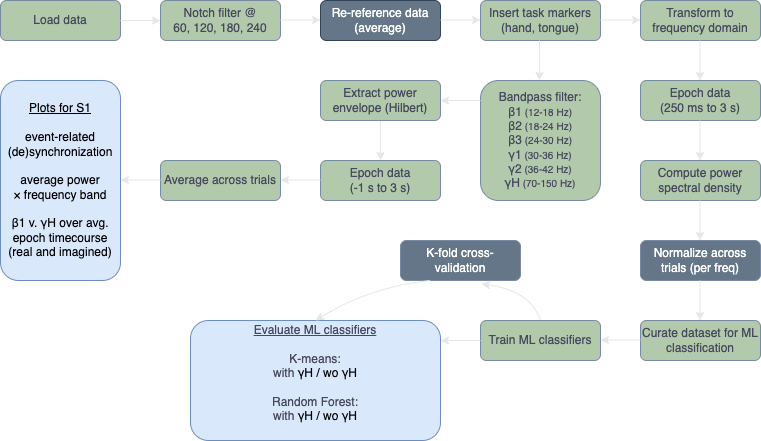
Above: presentation/analysis_steps.png in jessb0t/motorImagery (draw.io), before the change. Source tidied: cells renumbered, new cells last; positions are measured from the earlier drawing's top-left corner, leaving out a move shared by most shapes. The source it was exported from:
```xml
<mxGraphModel>
  <root>
    <mxCell id="0" />
    <mxCell id="1" parent="0" />
    <mxCell id="2" value="Load data" style="rounded=1;whiteSpace=wrap;html=1;fontSize=12;glass=0;strokeWidth=1;shadow=0;fillColor=#B2C9AB;strokeColor=#788AA3;fontColor=#46495D;" parent="1" vertex="1">
      <mxGeometry width="120" height="40" as="geometry" />
    </mxCell>
    <mxCell id="3" value="Notch filter @&lt;br&gt;60, 120, 180, 240" style="rounded=1;whiteSpace=wrap;html=1;fontSize=12;glass=0;strokeWidth=1;shadow=0;fillColor=#B2C9AB;strokeColor=#788AA3;fontColor=#46495D;" parent="1" vertex="1">
      <mxGeometry x="160" width="120" height="40" as="geometry" />
    </mxCell>
    <mxCell id="4" value="Re-reference data (average)" style="rounded=1;whiteSpace=wrap;html=1;fontSize=12;glass=0;strokeWidth=1;shadow=0;fillColor=#647687;strokeColor=#314354;fontColor=#ffffff;" parent="1" vertex="1">
      <mxGeometry x="320" width="120" height="40" as="geometry" />
    </mxCell>
    <mxCell id="5" value="Insert task markers&lt;br&gt;(hand, tongue)" style="rounded=1;whiteSpace=wrap;html=1;fontSize=12;glass=0;strokeWidth=1;shadow=0;fillColor=#B2C9AB;strokeColor=#788AA3;fontColor=#46495D;" parent="1" vertex="1">
      <mxGeometry x="480" width="120" height="40" as="geometry" />
    </mxCell>
    <mxCell id="6" value="Bandpass filter:&lt;br&gt;β1&lt;font style=&quot;font-size: 10px&quot;&gt; (12-18 Hz)&lt;/font&gt;&lt;br&gt;β2&lt;font style=&quot;font-size: 10px&quot;&gt; (18-24 Hz)&lt;/font&gt;&lt;br&gt;β3&lt;font style=&quot;font-size: 10px&quot;&gt; (24-30 Hz)&lt;/font&gt;&lt;br&gt;γ1&lt;font style=&quot;font-size: 10px&quot;&gt; (30-36 Hz)&lt;/font&gt;&lt;br&gt;γ2&lt;font style=&quot;font-size: 10px&quot;&gt; (36-42 Hz)&lt;/font&gt;&lt;br&gt;γH&lt;font style=&quot;font-size: 10px&quot;&gt; (70-150 Hz)&lt;/font&gt;" style="rounded=1;whiteSpace=wrap;html=1;fontSize=12;glass=0;strokeWidth=1;shadow=0;fillColor=#B2C9AB;strokeColor=#788AA3;fontColor=#46495D;" parent="1" vertex="1">
      <mxGeometry x="480" y="80" width="120" height="120" as="geometry" />
    </mxCell>
    <mxCell id="7" style="edgeStyle=orthogonalEdgeStyle;curved=0;rounded=1;sketch=0;jettySize=auto;html=1;fontColor=#46495D;strokeColor=#E6E6E6;fillColor=#B2C9AB;" parent="1" edge="1" source="8" target="9">
      <mxGeometry relative="1" as="geometry" />
    </mxCell>
    <mxCell id="8" value="Extract power envelope (Hilbert)" style="rounded=1;whiteSpace=wrap;html=1;fontSize=12;glass=0;strokeWidth=1;shadow=0;fillColor=#B2C9AB;strokeColor=#788AA3;fontColor=#46495D;" parent="1" vertex="1">
      <mxGeometry x="320" y="80" width="120" height="40" as="geometry" />
    </mxCell>
    <mxCell id="9" value="Epoch data&lt;br&gt;(-1 s to 3 s)" style="rounded=1;whiteSpace=wrap;html=1;fontSize=12;glass=0;strokeWidth=1;shadow=0;fillColor=#B2C9AB;strokeColor=#788AA3;fontColor=#46495D;" parent="1" vertex="1">
      <mxGeometry x="320" y="160" width="120" height="40" as="geometry" />
    </mxCell>
    <mxCell id="10" value="Average across trials" style="rounded=1;whiteSpace=wrap;html=1;fontSize=12;glass=0;strokeWidth=1;shadow=0;fillColor=#B2C9AB;strokeColor=#788AA3;fontColor=#46495D;" parent="1" vertex="1">
      <mxGeometry x="160" y="160" width="120" height="40" as="geometry" />
    </mxCell>
    <mxCell id="11" value="&lt;u&gt;Plots for S1&lt;/u&gt;&lt;br&gt;&lt;br&gt;event-related (de)synchronization&lt;br&gt;&lt;span style=&quot;text-align: left&quot;&gt;&lt;br&gt;average power ×&amp;nbsp;frequency band&lt;/span&gt;&lt;br&gt;&lt;span style=&quot;text-align: left&quot;&gt;&lt;br&gt;β1 v.&amp;nbsp;γH over avg. epoch timecourse (real and imagined)&lt;/span&gt;&lt;span style=&quot;text-align: left&quot;&gt;&lt;br&gt;&lt;/span&gt;" style="rounded=1;whiteSpace=wrap;html=1;fontSize=12;glass=0;strokeWidth=1;shadow=0;fillColor=#dae8fc;strokeColor=#6c8ebf;" parent="1" vertex="1">
      <mxGeometry y="80" width="120" height="200" as="geometry" />
    </mxCell>
    <mxCell id="12" value="&lt;span&gt;Epoch data&lt;/span&gt;&lt;br&gt;&lt;span&gt;(250 ms to 3 s)&lt;/span&gt;" style="rounded=1;whiteSpace=wrap;html=1;fontSize=12;glass=0;strokeWidth=1;shadow=0;fillColor=#B2C9AB;strokeColor=#788AA3;fontColor=#46495D;" parent="1" vertex="1">
      <mxGeometry x="640" y="80" width="120" height="40" as="geometry" />
    </mxCell>
    <mxCell id="13" value="Transform to frequency domain" style="rounded=1;whiteSpace=wrap;html=1;fontSize=12;glass=0;strokeWidth=1;shadow=0;fillColor=#B2C9AB;strokeColor=#788AA3;fontColor=#46495D;" parent="1" vertex="1">
      <mxGeometry x="640" width="120" height="40" as="geometry" />
    </mxCell>
    <mxCell id="14" value="&lt;span style=&quot;color: rgb(70 , 73 , 93)&quot;&gt;&lt;u&gt;Evaluate ML classifiers&lt;/u&gt;&lt;br&gt;&lt;br&gt;K-means:&lt;br&gt;with&amp;nbsp;&lt;/span&gt;&lt;span style=&quot;text-align: left&quot;&gt;γH / wo&amp;nbsp;&lt;/span&gt;&lt;span style=&quot;text-align: left&quot;&gt;γH&lt;br&gt;&lt;/span&gt;&lt;span style=&quot;color: rgb(70 , 73 , 93)&quot;&gt;&lt;br&gt;&lt;/span&gt;&lt;span style=&quot;color: rgb(70 , 73 , 93)&quot;&gt;Random Forest:&lt;br&gt;with&amp;nbsp;&lt;/span&gt;&lt;span style=&quot;text-align: left&quot;&gt;γH / wo&amp;nbsp;&lt;/span&gt;&lt;span style=&quot;text-align: left&quot;&gt;γH&lt;/span&gt;&lt;span style=&quot;color: rgb(70 , 73 , 93)&quot;&gt;&lt;br&gt;&amp;nbsp;&lt;br&gt;&lt;/span&gt;" style="rounded=1;whiteSpace=wrap;html=1;fontSize=12;glass=0;strokeWidth=1;shadow=0;fillColor=#dae8fc;strokeColor=#6c8ebf;" parent="1" vertex="1">
      <mxGeometry x="190" y="320" width="250" height="120" as="geometry" />
    </mxCell>
    <mxCell id="15" style="endArrow=classic;html=1;fontColor=#46495D;strokeColor=#E6E6E6;fillColor=#B2C9AB;exitX=1;exitY=0.5;exitDx=0;exitDy=0;entryX=0;entryY=0.5;entryDx=0;entryDy=0;" parent="1" edge="1" source="2" target="3">
      <mxGeometry relative="1" as="geometry" />
    </mxCell>
    <mxCell id="16" style="endArrow=classic;html=1;fontColor=#46495D;strokeColor=#E6E6E6;fillColor=#B2C9AB;exitX=1;exitY=0.5;exitDx=0;exitDy=0;entryX=0;entryY=0.5;entryDx=0;entryDy=0;" parent="1" edge="1">
      <mxGeometry relative="1" as="geometry">
        <mxPoint x="280" y="19.5" as="sourcePoint" />
        <mxPoint x="320" y="19.5" as="targetPoint" />
      </mxGeometry>
    </mxCell>
    <mxCell id="17" style="endArrow=classic;html=1;fontColor=#46495D;strokeColor=#E6E6E6;fillColor=#B2C9AB;exitX=1;exitY=0.5;exitDx=0;exitDy=0;entryX=0;entryY=0.5;entryDx=0;entryDy=0;" parent="1" edge="1">
      <mxGeometry relative="1" as="geometry">
        <mxPoint x="440" y="19.5" as="sourcePoint" />
        <mxPoint x="480" y="19.5" as="targetPoint" />
      </mxGeometry>
    </mxCell>
    <mxCell id="18" style="endArrow=classic;html=1;fontColor=#46495D;strokeColor=#E6E6E6;fillColor=#B2C9AB;exitX=1;exitY=0.5;exitDx=0;exitDy=0;entryX=0;entryY=0.5;entryDx=0;entryDy=0;" parent="1" edge="1">
      <mxGeometry relative="1" as="geometry">
        <mxPoint x="600" y="19.5" as="sourcePoint" />
        <mxPoint x="640" y="19.5" as="targetPoint" />
      </mxGeometry>
    </mxCell>
    <mxCell id="19" style="endArrow=classic;html=1;fontColor=#46495D;strokeColor=#E6E6E6;fillColor=#B2C9AB;exitX=0;exitY=0.167;exitDx=0;exitDy=0;entryX=1;entryY=0.5;entryDx=0;entryDy=0;exitPerimeter=0;" parent="1" edge="1" source="6" target="8">
      <mxGeometry relative="1" as="geometry" />
    </mxCell>
    <mxCell id="20" style="endArrow=classic;html=1;fontColor=#46495D;strokeColor=#E6E6E6;fillColor=#B2C9AB;exitX=0;exitY=0.833;exitDx=0;exitDy=0;entryX=1;entryY=0.5;entryDx=0;entryDy=0;exitPerimeter=0;" parent="1" edge="1">
      <mxGeometry relative="1" as="geometry">
        <mxPoint x="320" y="179.5" as="sourcePoint" />
        <mxPoint x="280" y="179.5" as="targetPoint" />
      </mxGeometry>
    </mxCell>
    <mxCell id="21" style="endArrow=classic;html=1;fontColor=#46495D;strokeColor=#E6E6E6;fillColor=#B2C9AB;entryX=0.5;entryY=0;entryDx=0;entryDy=0;exitX=0.5;exitY=1;exitDx=0;exitDy=0;" parent="1" edge="1">
      <mxGeometry relative="1" as="geometry">
        <mxPoint x="539" y="40" as="sourcePoint" />
        <mxPoint x="539" y="80" as="targetPoint" />
      </mxGeometry>
    </mxCell>
    <mxCell id="22" style="endArrow=classic;html=1;fontColor=#46495D;strokeColor=#E6E6E6;fillColor=#B2C9AB;exitX=0;exitY=0.833;exitDx=0;exitDy=0;entryX=1;entryY=0.5;entryDx=0;entryDy=0;exitPerimeter=0;" parent="1" edge="1">
      <mxGeometry relative="1" as="geometry">
        <mxPoint x="160" y="179.5" as="sourcePoint" />
        <mxPoint x="120" y="179.5" as="targetPoint" />
      </mxGeometry>
    </mxCell>
    <mxCell id="23" style="endArrow=classic;html=1;fontColor=#46495D;strokeColor=#E6E6E6;fillColor=#B2C9AB;entryX=0.5;entryY=0;entryDx=0;entryDy=0;exitX=0.5;exitY=1;exitDx=0;exitDy=0;" parent="1" edge="1">
      <mxGeometry relative="1" as="geometry">
        <mxPoint x="699.5" y="40" as="sourcePoint" />
        <mxPoint x="699.5" y="80" as="targetPoint" />
      </mxGeometry>
    </mxCell>
    <mxCell id="24" value="Compute power spectral density" style="rounded=1;whiteSpace=wrap;html=1;fontSize=12;glass=0;strokeWidth=1;shadow=0;fillColor=#B2C9AB;strokeColor=#788AA3;fontColor=#46495D;" parent="1" vertex="1">
      <mxGeometry x="640" y="160" width="120" height="40" as="geometry" />
    </mxCell>
    <mxCell id="25" value="Normalize across trials (per freq)" style="rounded=1;whiteSpace=wrap;html=1;fontSize=12;glass=0;strokeWidth=1;shadow=0;fillColor=#647687;strokeColor=#788AA3;fontColor=#FFFFFF;" parent="1" vertex="1">
      <mxGeometry x="640" y="240" width="120" height="40" as="geometry" />
    </mxCell>
    <mxCell id="26" value="K-fold cross-validation" style="rounded=1;whiteSpace=wrap;html=1;fontSize=12;glass=0;strokeWidth=1;shadow=0;fillColor=#647687;strokeColor=#788AA3;fontColor=#FFFFFF;" parent="1" vertex="1">
      <mxGeometry x="400" y="240" width="120" height="40" as="geometry" />
    </mxCell>
    <mxCell id="27" style="endArrow=classic;html=1;fontColor=#46495D;strokeColor=#E6E6E6;fillColor=#B2C9AB;entryX=0.5;entryY=0;entryDx=0;entryDy=0;exitX=0.5;exitY=1;exitDx=0;exitDy=0;" parent="1" edge="1">
      <mxGeometry relative="1" as="geometry">
        <mxPoint x="699.5" y="120" as="sourcePoint" />
        <mxPoint x="699.5" y="160" as="targetPoint" />
      </mxGeometry>
    </mxCell>
    <mxCell id="28" style="endArrow=classic;html=1;fontColor=#46495D;strokeColor=#E6E6E6;fillColor=#B2C9AB;entryX=0.5;entryY=0;entryDx=0;entryDy=0;exitX=0.5;exitY=1;exitDx=0;exitDy=0;" parent="1" edge="1">
      <mxGeometry relative="1" as="geometry">
        <mxPoint x="699.5" y="200" as="sourcePoint" />
        <mxPoint x="699.5" y="240" as="targetPoint" />
      </mxGeometry>
    </mxCell>
    <mxCell id="29" style="endArrow=classic;html=1;fontColor=#46495D;strokeColor=#E6E6E6;fillColor=#B2C9AB;entryX=0.5;entryY=0;entryDx=0;entryDy=0;exitX=0.5;exitY=1;exitDx=0;exitDy=0;" parent="1" edge="1">
      <mxGeometry relative="1" as="geometry">
        <mxPoint x="699.5" y="280" as="sourcePoint" />
        <mxPoint x="699.5" y="320" as="targetPoint" />
      </mxGeometry>
    </mxCell>
    <mxCell id="30" value="Curate dataset for ML classification" style="rounded=1;whiteSpace=wrap;html=1;fontSize=12;glass=0;strokeWidth=1;shadow=0;fillColor=#B2C9AB;strokeColor=#788AA3;fontColor=#46495D;" parent="1" vertex="1">
      <mxGeometry x="640" y="320" width="120" height="40" as="geometry" />
    </mxCell>
    <mxCell id="31" style="endArrow=classic;html=1;fontColor=#46495D;strokeColor=#E6E6E6;fillColor=#B2C9AB;exitX=0;exitY=0.167;exitDx=0;exitDy=0;entryX=1;entryY=0.5;entryDx=0;entryDy=0;exitPerimeter=0;" parent="1" edge="1">
      <mxGeometry relative="1" as="geometry">
        <mxPoint x="640" y="339.5" as="sourcePoint" />
        <mxPoint x="600" y="339.5" as="targetPoint" />
      </mxGeometry>
    </mxCell>
    <mxCell id="32" value="Train ML classifiers" style="rounded=1;whiteSpace=wrap;html=1;fontSize=12;glass=0;strokeWidth=1;shadow=0;fillColor=#B2C9AB;strokeColor=#788AA3;fontColor=#46495D;" parent="1" vertex="1">
      <mxGeometry x="480" y="320" width="120" height="40" as="geometry" />
    </mxCell>
    <mxCell id="33" style="endArrow=classic;html=1;fontColor=#46495D;strokeColor=#E6E6E6;fillColor=#B2C9AB;exitX=0;exitY=0.167;exitDx=0;exitDy=0;entryX=1;entryY=0.5;entryDx=0;entryDy=0;exitPerimeter=0;" parent="1" edge="1">
      <mxGeometry relative="1" as="geometry">
        <mxPoint x="480" y="340" as="sourcePoint" />
        <mxPoint x="440" y="340" as="targetPoint" />
      </mxGeometry>
    </mxCell>
    <mxCell id="34" style="endArrow=classic;html=1;fontColor=#FFFFFF;strokeColor=#E6E6E6;fillColor=#B2C9AB;exitX=0.5;exitY=0;exitDx=0;exitDy=0;entryX=0.675;entryY=1.088;entryDx=0;entryDy=0;entryPerimeter=0;curved=1;" parent="1" edge="1" source="32" target="26">
      <mxGeometry relative="1" as="geometry">
        <Array as="points">
          <mxPoint x="530" y="290" />
        </Array>
      </mxGeometry>
    </mxCell>
    <mxCell id="35" style="endArrow=classic;html=1;fontColor=#FFFFFF;strokeColor=#E6E6E6;fillColor=#B2C9AB;exitX=0.25;exitY=1;exitDx=0;exitDy=0;entryX=0.5;entryY=0;entryDx=0;entryDy=0;curved=1;" parent="1" edge="1" source="26" target="14">
      <mxGeometry relative="1" as="geometry">
        <Array as="points">
          <mxPoint x="369" y="286.5" />
        </Array>
      </mxGeometry>
    </mxCell>
  </root>
</mxGraphModel>
```
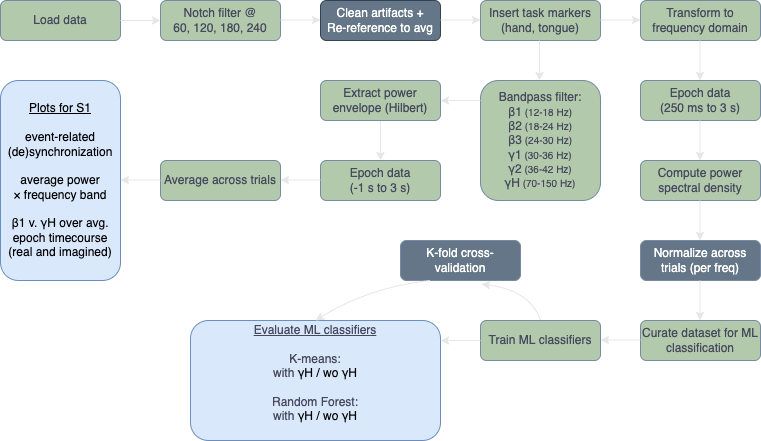
After the commit.

What changed in the source:
```diff
@@ -8,7 +8,7 @@
     <mxCell id="3" value="Notch filter @&lt;br&gt;60, 120, 180, 240" style="rounded=1;whiteSpace=wrap;html=1;fontSize=12;glass=0;strokeWidth=1;shadow=0;fillColor=#B2C9AB;strokeColor=#788AA3;fontColor=#46495D;" parent="1" vertex="1">
       <mxGeometry x="160" width="120" height="40" as="geometry" />
     </mxCell>
-    <mxCell id="4" value="Re-reference data (average)" style="rounded=1;whiteSpace=wrap;html=1;fontSize=12;glass=0;strokeWidth=1;shadow=0;fillColor=#647687;strokeColor=#314354;fontColor=#ffffff;" parent="1" vertex="1">
+    <mxCell id="4" value="Clean artifacts +&lt;br&gt;Re-reference to avg" style="rounded=1;whiteSpace=wrap;html=1;fontSize=12;glass=0;strokeWidth=1;shadow=0;fillColor=#647687;strokeColor=#314354;fontColor=#ffffff;" parent="1" vertex="1">
       <mxGeometry x="320" width="120" height="40" as="geometry" />
     </mxCell>
     <mxCell id="5" value="Insert task markers&lt;br&gt;(hand, tongue)" style="rounded=1;whiteSpace=wrap;html=1;fontSize=12;glass=0;strokeWidth=1;shadow=0;fillColor=#B2C9AB;strokeColor=#788AA3;fontColor=#46495D;" parent="1" vertex="1">
```
